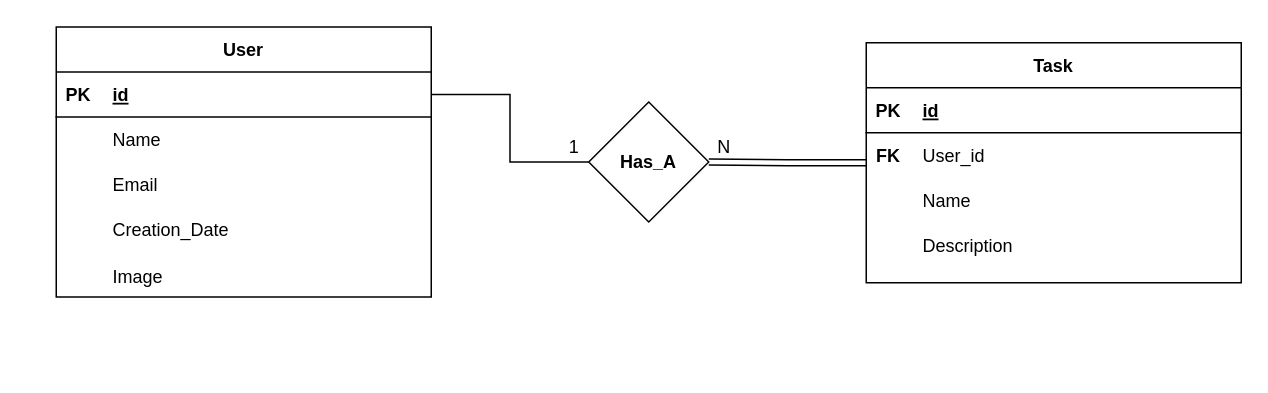
Above: DataBase design.drawio in Khalil3Amer/TODO (draw.io), before the change. Source tidied: cells renumbered, new cells numbered last; positions are measured from the earlier drawing's top-left corner, leaving out a move shared by most shapes. Both pictures are drawn from the tidied source at 150%, with x=0, y=0 at pixel (56, 27).
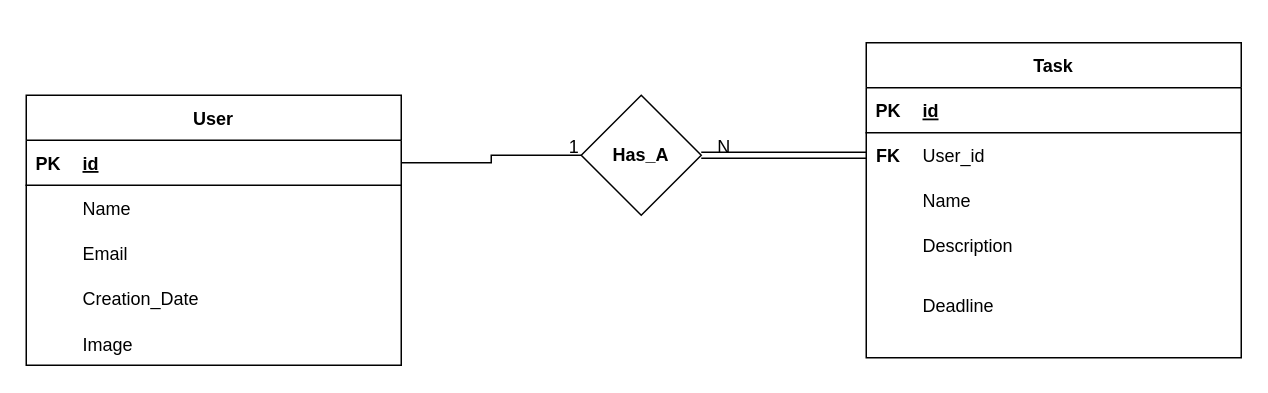
The same diagram, later.

Commit message:
Added deadline field

Unchanged cells that the change refers to:
```xml
<mxCell id="21" style="shape=tableRow;horizontal=0;startSize=0;swimlaneHead=0;swimlaneBody=0;fillColor=none;points=[[0,0.5],[1,0.5]];portConstraint=eastwest;top=0;left=0;right=0;bottom=0;" parent="17" vertex="1">
  <mxGeometry y="60" width="250" height="30" as="geometry" />
</mxCell>
```

What changed in the source:
```diff
@@
     <mxCell id="2" value="User" style="shape=table;startSize=30;childLayout=tableLayout;rowLines=0;fontStyle=1;align=center;columnLines=0;" parent="1" vertex="1">
-      <mxGeometry y="-0.5" width="250" height="180" as="geometry" />
+      <mxGeometry x="-20" y="45" width="250" height="180" as="geometry" />
     </mxCell>
@@
     <mxCell id="15" value="Image" style="shape=partialRectangle;fillColor=none;top=0;left=0;bottom=0;right=0;align=left;spacingLeft=6;overflow=hidden;" parent="1" vertex="1">
-      <mxGeometry x="30" y="150.5" width="220" height="30" as="geometry" />
+      <mxGeometry x="10" y="196" width="220" height="30" as="geometry" />
     </mxCell>
-    <mxCell id="16" style="edgeStyle=orthogonalEdgeStyle;rounded=0;jettySize=auto;html=1;shape=link;" parent="1" edge="1" source="17" target="30">
+    <mxCell id="16" style="edgeStyle=orthogonalEdgeStyle;rounded=0;jettySize=auto;html=1;shape=link;exitX=0;exitY=0.5;exitDx=0;exitDy=0;" parent="1" edge="1" source="21" target="30">
       <mxGeometry relative="1" as="geometry" />
     </mxCell>
     <mxCell id="17" value="Task" style="shape=table;startSize=30;childLayout=tableLayout;rowLines=0;fontStyle=1;align=center;columnLines=0;" parent="1" vertex="1">
-      <mxGeometry x="540" y="10" width="250" height="160" as="geometry" />
+      <mxGeometry x="540" y="10" width="250" height="210" as="geometry" />
     </mxCell>
@@
     <mxCell id="30" value="Has_A" style="rhombus;whiteSpace=wrap;html=1;startSize=30;fontStyle=1;" parent="1" vertex="1">
-      <mxGeometry x="355" y="49.5" width="80" height="80" as="geometry" />
+      <mxGeometry x="350" y="45" width="80" height="80" as="geometry" />
     </mxCell>
@@
+    <mxCell id="34" value="Deadline" style="shape=partialRectangle;fillColor=none;top=0;left=0;bottom=0;right=0;align=left;spacingLeft=6;overflow=hidden;" parent="1" vertex="1">
+      <mxGeometry x="570" y="170" width="220" height="30" as="geometry" />
+    </mxCell>
```
